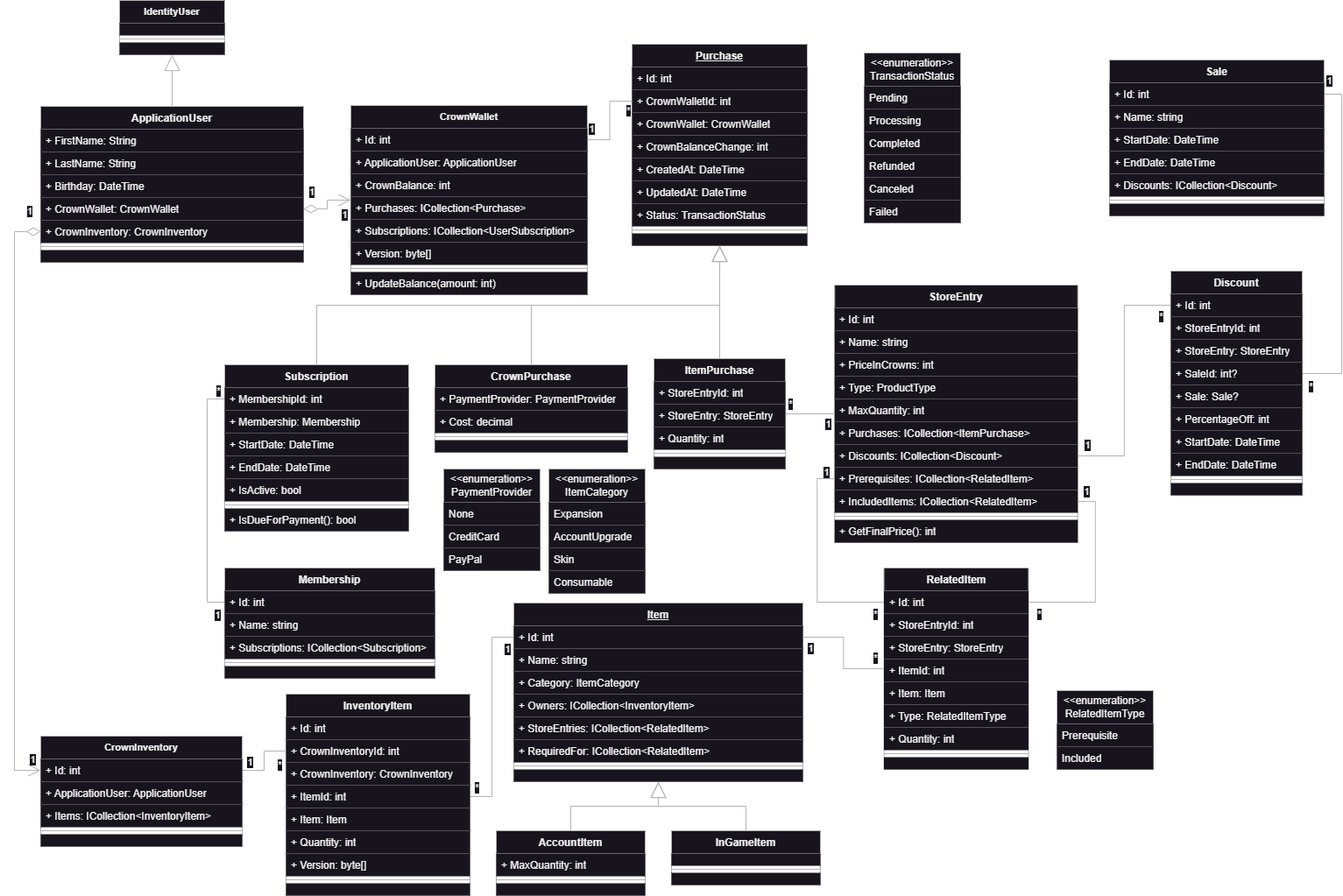
Earlier version of the draw.io export ClassDiagram.png (rpeixe/AspNetCore-MvcStore). Source tidied: cells renumbered, new cells last; positions are measured from the earlier drawing's top-left corner, leaving out a move shared by most shapes.
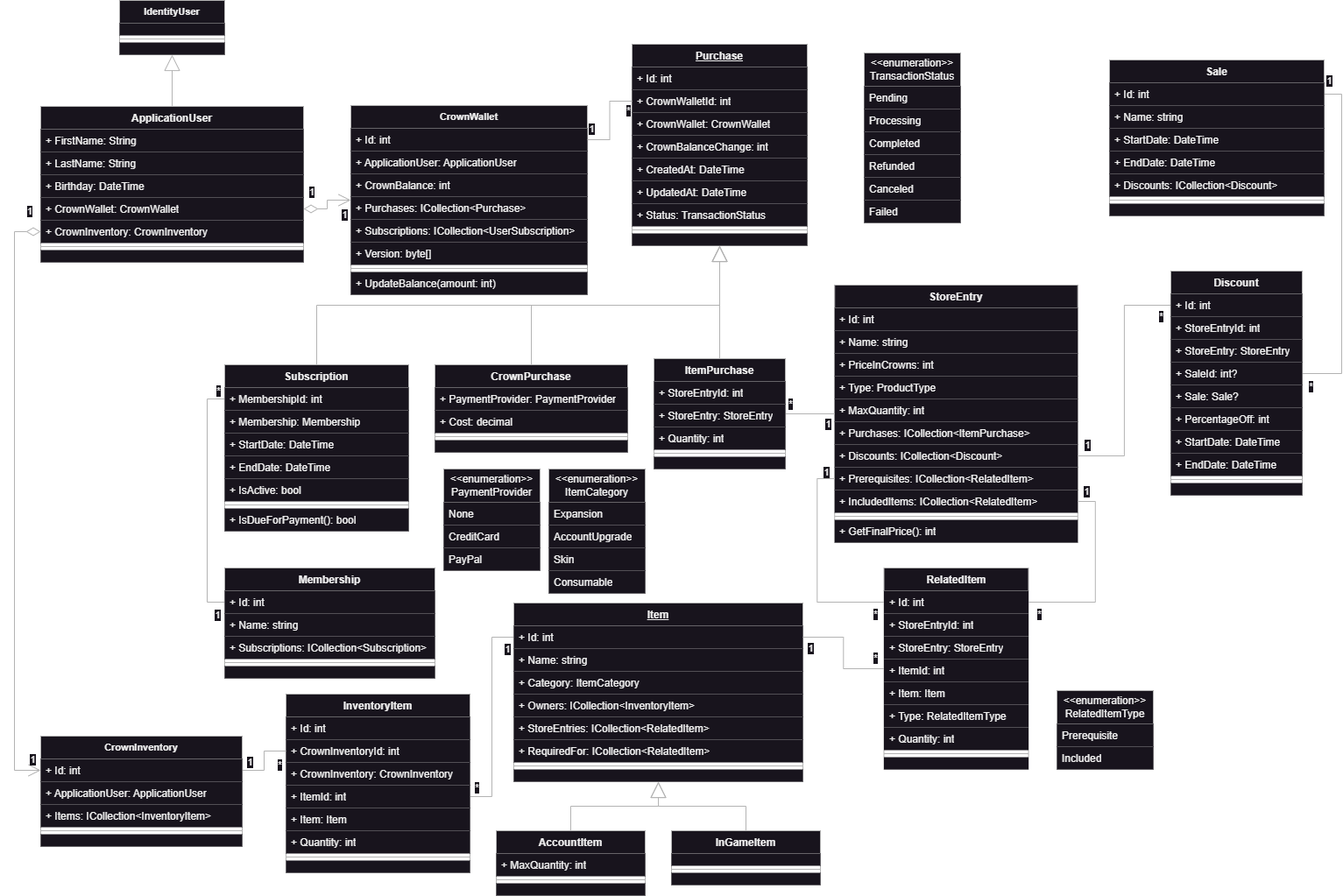
After the commit.

Commit message:
Removed version from inventory item

Diff of the diagram source:
```diff
@@ -220,7 +220,7 @@
       </mxGeometry>
     </mxCell>
     <mxCell id="69" value="InventoryItem" style="swimlane;fontStyle=1;align=center;verticalAlign=top;horizontal=1;startSize=26;whiteSpace=wrap;html=1;fillColor=default;strokeColor=#B3B3B3;" parent="1" vertex="1">
-      <mxGeometry x="310" y="792" width="210" height="230" as="geometry" />
+      <mxGeometry x="310" y="792" width="210" height="204" as="geometry" />
     </mxCell>
     <mxCell id="70" value="+ Id: int" style="text;strokeColor=none;fillColor=default;align=left;verticalAlign=top;spacingLeft=4;spacingRight=4;overflow=hidden;whiteSpace=wrap;html=1;" parent="69" vertex="1">
       <mxGeometry y="26" width="210" height="26" as="geometry" />
@@ -240,14 +240,11 @@
     <mxCell id="75" value="+ Quantity: int" style="text;strokeColor=none;fillColor=default;align=left;verticalAlign=top;spacingLeft=4;spacingRight=4;overflow=hidden;whiteSpace=wrap;html=1;" parent="69" vertex="1">
       <mxGeometry y="156" width="210" height="26" as="geometry" />
     </mxCell>
-    <mxCell id="76" value="+ Version: byte[]" style="text;strokeColor=none;fillColor=default;align=left;verticalAlign=top;spacingLeft=4;spacingRight=4;overflow=hidden;whiteSpace=wrap;html=1;" parent="69" vertex="1">
-      <mxGeometry y="182" width="210" height="26" as="geometry" />
-    </mxCell>
     <mxCell id="77" style="line;strokeWidth=1;fillColor=default;align=left;verticalAlign=middle;spacingTop=-1;spacingLeft=3;spacingRight=3;labelPosition=right;strokeColor=inherit;" parent="69" vertex="1">
-      <mxGeometry y="208" width="210" height="8" as="geometry" />
+      <mxGeometry y="182" width="210" height="8" as="geometry" />
     </mxCell>
     <mxCell id="78" style="text;strokeColor=none;fillColor=default;align=left;verticalAlign=middle;spacingTop=-1;spacingLeft=4;spacingRight=4;labelPosition=right;" parent="69" vertex="1">
-      <mxGeometry y="216" width="210" height="14" as="geometry" />
+      <mxGeometry y="190" width="210" height="14" as="geometry" />
     </mxCell>
     <mxCell id="79" value="IdentityUser" style="swimlane;fontStyle=1;align=center;verticalAlign=top;horizontal=1;startSize=26;whiteSpace=wrap;html=1;fontFamily=Helvetica;fontSize=11;fontColor=default;labelBackgroundColor=default;fillColor=default;strokeColor=#B3B3B3;" parent="1" vertex="1">
       <mxGeometry x="120" width="120" height="62" as="geometry" />
```
